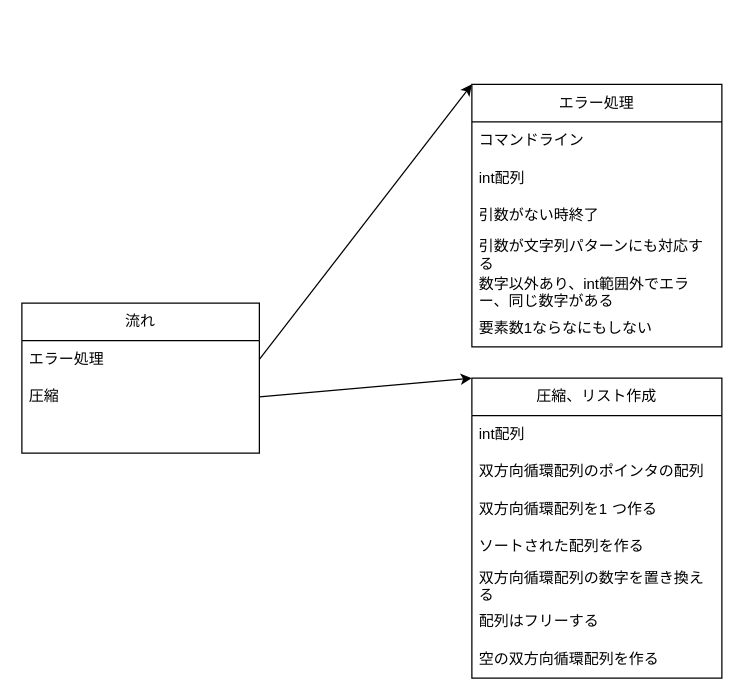
Before: pw.drawio in rk0730/push_swap_42, a draw.io diagram. Source tidied: cells renumbered, new cells numbered last; positions are measured from the earlier drawing's top-left corner, leaving out a move shared by most shapes. Both pictures are drawn from the tidied source at 125%, with x=0, y=0 at pixel (21, 84).
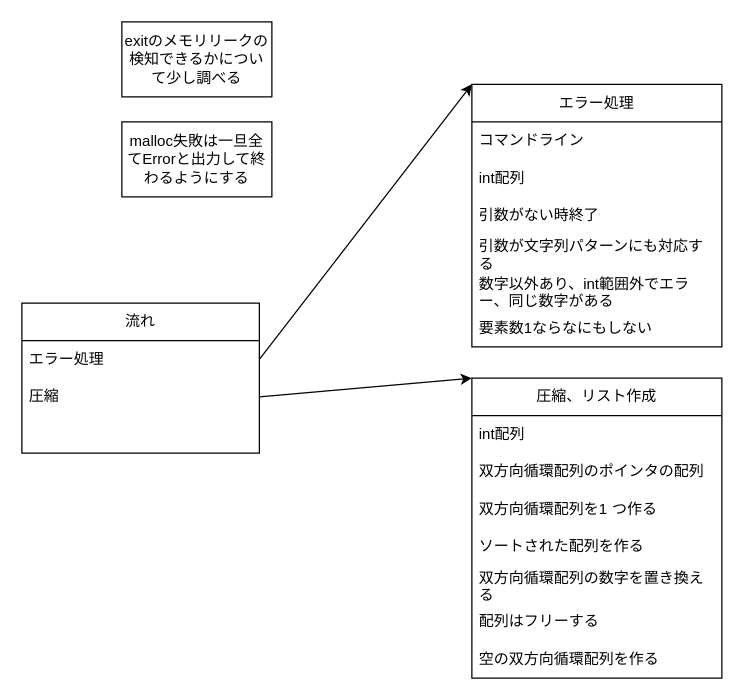
Above is the later version.

Diff of the diagram source:
```diff
@@
+    <mxCell id="23" value="malloc失敗は一旦全てErrorと出力して終わるようにする" style="rounded=0;whiteSpace=wrap;html=1;" parent="1" vertex="1">
+      <mxGeometry x="80" y="30" width="120" height="60" as="geometry" />
+    </mxCell>
+    <mxCell id="24" value="exitのメモリリークの検知できるかについて少し調べる" style="rounded=0;whiteSpace=wrap;html=1;" parent="1" vertex="1">
+      <mxGeometry x="80" y="-50" width="120" height="60" as="geometry" />
+    </mxCell>
```
